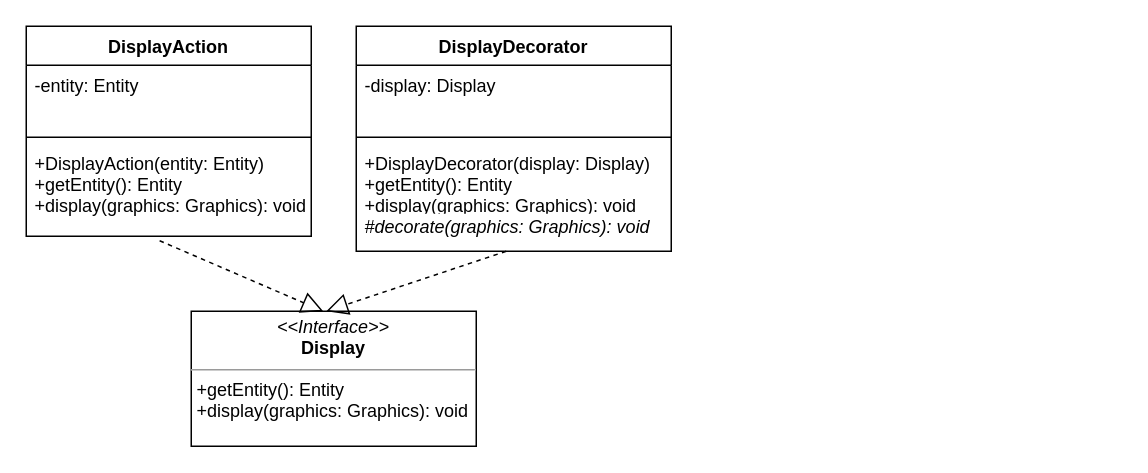
This is uml/drawio/action/Display.drawio from TP-O/bomberman, a draw.io file, before an edit. Source tidied: cells renumbered, new cells numbered last; positions are measured from the earlier drawing's top-left corner, leaving out a move shared by most shapes. Both pictures are drawn from the tidied source at 150%, with x=0, y=0 at pixel (26, 26).
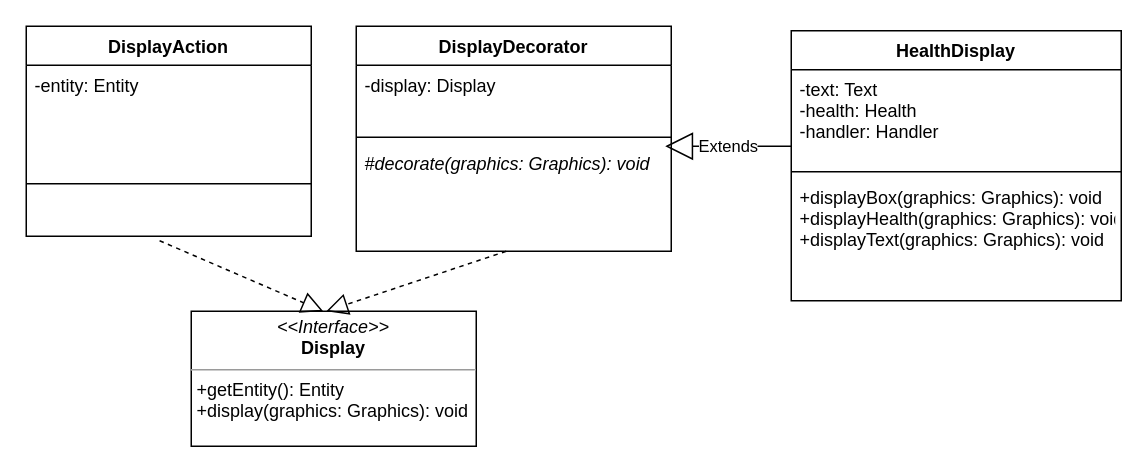
Above is the later version.

Change to the diagram source:
```diff
@@
 <mxGraphModel>
   <root>
     <mxCell id="0" />
     <mxCell id="1" parent="0" />
     <mxCell id="2" value="DisplayAction" style="swimlane;fontStyle=1;align=center;verticalAlign=top;horizontal=1;startSize=26;" parent="1" vertex="1">
       <mxGeometry width="190" height="140" as="geometry" />
     </mxCell>
     <mxCell id="3" value="-entity: Entity&#10;" style="text;strokeColor=none;fillColor=none;align=left;verticalAlign=top;spacingLeft=4;spacingRight=4;overflow=hidden;" parent="2" vertex="1">
       <mxGeometry y="26" width="190" height="44" as="geometry" />
     </mxCell>
     <mxCell id="4" style="line;strokeWidth=1;fillColor=none;align=left;verticalAlign=middle;spacingTop=-1;spacingLeft=3;spacingRight=3;labelPosition=right;" parent="2" vertex="1">
-      <mxGeometry y="70" width="190" height="8" as="geometry" />
+      <mxGeometry y="70" width="190" height="70" as="geometry" />
     </mxCell>
-    <mxCell id="5" value="+DisplayAction(entity: Entity)&#10;+getEntity(): Entity&#10;+display(graphics: Graphics): void" style="text;strokeColor=none;fillColor=none;align=left;verticalAlign=top;spacingLeft=4;spacingRight=4;overflow=hidden;points=[[0,0.5],[1,0.5]];portConstraint=eastwest;fontStyle=0;" parent="2" vertex="1">
-      <mxGeometry y="78" width="190" height="62" as="geometry" />
-    </mxCell>
     <mxCell id="6" value="DisplayDecorator" style="swimlane;fontStyle=1;align=center;verticalAlign=top;horizontal=1;startSize=26;" parent="1" vertex="1">
       <mxGeometry x="220" width="210" height="150" as="geometry" />
     </mxCell>
     <mxCell id="7" value="-display: Display" style="text;strokeColor=none;fillColor=none;align=left;verticalAlign=top;spacingLeft=4;spacingRight=4;overflow=hidden;" parent="6" vertex="1">
       <mxGeometry y="26" width="210" height="44" as="geometry" />
     </mxCell>
     <mxCell id="8" style="line;strokeWidth=1;fillColor=none;align=left;verticalAlign=middle;spacingTop=-1;spacingLeft=3;spacingRight=3;labelPosition=right;" parent="6" vertex="1">
       <mxGeometry y="70" width="210" height="8" as="geometry" />
     </mxCell>
-    <mxCell id="9" value="+DisplayDecorator(display: Display)&#10;+getEntity(): Entity&#10;+display(graphics: Graphics): void" style="text;strokeColor=none;fillColor=none;align=left;verticalAlign=top;spacingLeft=4;spacingRight=4;overflow=hidden;fontStyle=0;" parent="6" vertex="1">
-      <mxGeometry y="78" width="210" height="42" as="geometry" />
-    </mxCell>
     <mxCell id="10" value="#decorate(graphics: Graphics): void" style="text;strokeColor=none;fillColor=none;align=left;verticalAlign=top;spacingLeft=4;spacingRight=4;overflow=hidden;fontStyle=2;" parent="6" vertex="1">
-      <mxGeometry y="120" width="210" height="30" as="geometry" />
+      <mxGeometry y="78" width="210" height="72" as="geometry" />
     </mxCell>
     <mxCell id="11" value="&lt;p style=&quot;margin: 0px ; margin-top: 4px ; text-align: center&quot;&gt;&lt;i&gt;&amp;lt;&amp;lt;Interface&amp;gt;&amp;gt;&lt;/i&gt;&lt;br&gt;&lt;b&gt;Display&lt;/b&gt;&lt;/p&gt;&lt;hr size=&quot;1&quot;&gt;&lt;p style=&quot;margin: 0px ; margin-left: 4px&quot;&gt;+getEntity(): Entity&lt;/p&gt;&lt;p style=&quot;margin: 0px ; margin-left: 4px&quot;&gt;+display(graphics: Graphics): void&lt;br&gt;&lt;/p&gt;" style="verticalAlign=top;align=left;overflow=fill;fontSize=12;fontFamily=Helvetica;html=1;" parent="1" vertex="1">
       <mxGeometry x="110" y="190" width="190" height="90" as="geometry" />
     </mxCell>
-    <mxCell id="12" style="endArrow=block;dashed=1;endFill=0;endSize=12;html=1;exitX=0.468;exitY=1.048;exitDx=0;exitDy=0;exitPerimeter=0;entryX=0.463;entryY=0;entryDx=0;entryDy=0;entryPerimeter=0;" parent="1" edge="1" source="5" target="11">
-      <mxGeometry relative="1" as="geometry" />
+    <mxCell id="12" style="endArrow=block;dashed=1;endFill=0;endSize=12;html=1;exitX=0.468;exitY=1.048;exitDx=0;exitDy=0;exitPerimeter=0;entryX=0.463;entryY=0;entryDx=0;entryDy=0;entryPerimeter=0;" parent="1" edge="1" target="11">
+      <mxGeometry relative="1" as="geometry">
+        <mxPoint x="88.9" y="143" as="sourcePoint" />
+      </mxGeometry>
     </mxCell>
     <mxCell id="13" style="endArrow=block;dashed=1;endFill=0;endSize=12;html=1;" parent="1" edge="1">
       <mxGeometry relative="1" as="geometry">
         <mxPoint x="320" y="150" as="sourcePoint" />
         <mxPoint x="200" y="190" as="targetPoint" />
       </mxGeometry>
     </mxCell>
+    <mxCell id="14" value="HealthDisplay" style="swimlane;fontStyle=1;align=center;verticalAlign=top;horizontal=1;startSize=26;" parent="1" vertex="1">
+      <mxGeometry x="510" y="3" width="220" height="180" as="geometry" />
+    </mxCell>
+    <mxCell id="15" value="-text: Text&#10;-health: Health&#10;-handler: Handler" style="text;strokeColor=none;fillColor=none;align=left;verticalAlign=top;spacingLeft=4;spacingRight=4;overflow=hidden;" parent="14" vertex="1">
+      <mxGeometry y="26" width="220" height="64" as="geometry" />
+    </mxCell>
+    <mxCell id="16" value="Extends" style="endArrow=block;endSize=16;endFill=0;html=1;entryX=0.981;entryY=0.048;entryDx=0;entryDy=0;entryPerimeter=0;" parent="14" edge="1">
+      <mxGeometry relative="1" as="geometry">
+        <mxPoint y="77" as="sourcePoint" />
+        <mxPoint x="-84" y="77" as="targetPoint" />
+      </mxGeometry>
+    </mxCell>
+    <mxCell id="17" style="line;strokeWidth=1;fillColor=none;align=left;verticalAlign=middle;spacingTop=-1;spacingLeft=3;spacingRight=3;labelPosition=right;" parent="14" vertex="1">
+      <mxGeometry y="90" width="220" height="8" as="geometry" />
+    </mxCell>
+    <mxCell id="18" value="+displayBox(graphics: Graphics): void&#10;+displayHealth(graphics: Graphics): void&#10;+displayText(graphics: Graphics): void" style="text;strokeColor=none;fillColor=none;align=left;verticalAlign=top;spacingLeft=4;spacingRight=4;overflow=hidden;" parent="14" vertex="1">
+      <mxGeometry y="98" width="220" height="82" as="geometry" />
+    </mxCell>
   </root>
 </mxGraphModel>
```
